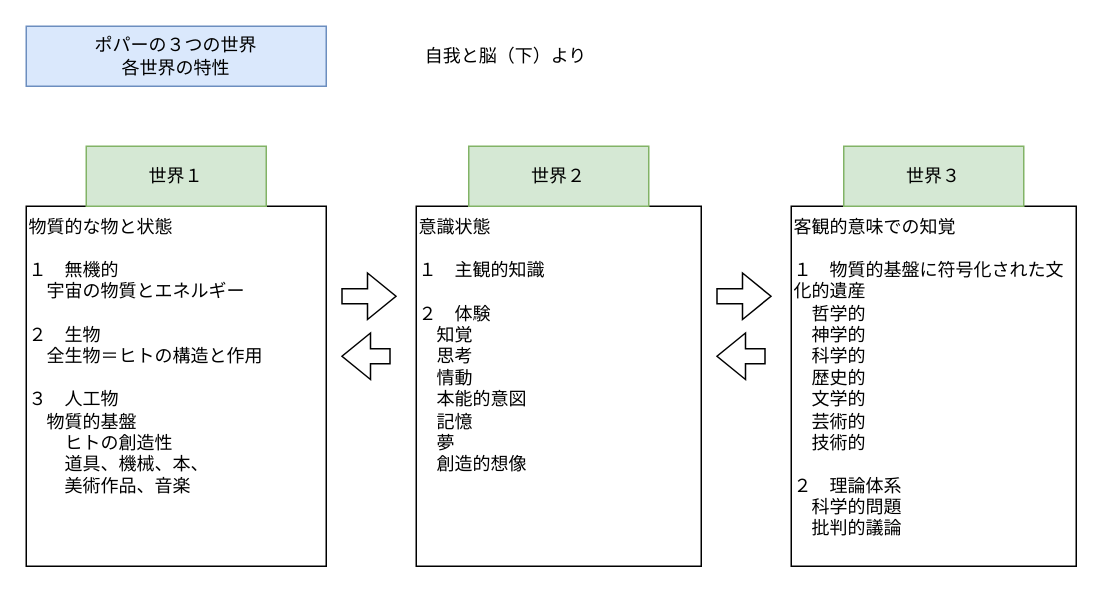
The draw.io diagram qiita_3world_1.drawio in YossyIto/booklog_drowio, before the edit. Source tidied: cells renumbered, new cells numbered last; positions are measured from the earlier drawing's top-left corner, leaving out a move shared by most shapes. Both pictures are drawn from the tidied source at 150%, with x=0, y=0 at pixel (26, 26).
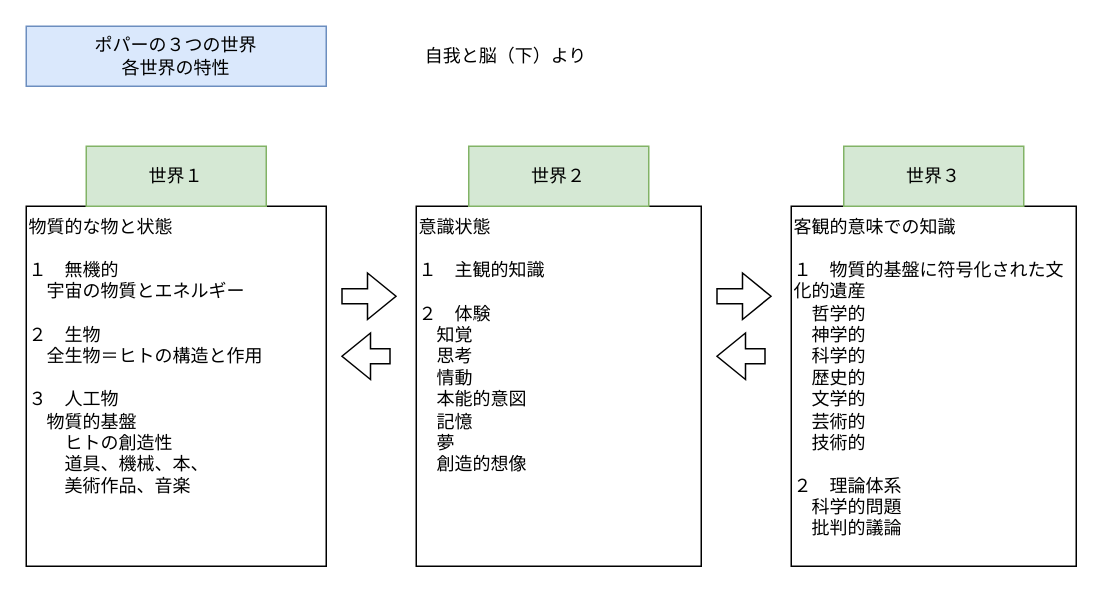
The same diagram, later.

Commit message (it also covers changes not shown here):
qiita_3world_1.drawio を更新します

The edit, as a diff of the source:
```diff
@@
 <mxGraphModel>
   <root>
     <mxCell id="0" />
     <mxCell id="1" parent="0" />
     <mxCell id="2" value="ポパーの３つの世界&lt;div&gt;各世界の特性&lt;/div&gt;" style="text;html=1;align=center;verticalAlign=middle;whiteSpace=wrap;rounded=0;fillColor=#dae8fc;strokeColor=#6c8ebf;" parent="1" vertex="1">
       <mxGeometry width="200" height="40" as="geometry" />
     </mxCell>
     <mxCell id="3" value="物質的な物と状態&lt;div&gt;&lt;br&gt;&lt;/div&gt;&lt;div&gt;１　無機的&lt;/div&gt;&lt;div&gt;　宇宙の物質とエネルギー&lt;/div&gt;&lt;div&gt;&lt;br&gt;&lt;/div&gt;&lt;div&gt;２　生物&lt;/div&gt;&lt;div&gt;　全生物＝ヒトの構造と作用&lt;/div&gt;&lt;div&gt;&lt;br&gt;&lt;/div&gt;&lt;div&gt;３　人工物&lt;/div&gt;&lt;div&gt;　物質的基盤&lt;/div&gt;&lt;div&gt;　　ヒトの創造性&lt;/div&gt;&lt;div&gt;　　道具、機械、本、&lt;/div&gt;&lt;div&gt;　　美術作品、音楽&lt;/div&gt;&lt;div&gt;&lt;br&gt;&lt;/div&gt;&lt;div style=&quot;&quot;&gt;&lt;br&gt;&lt;/div&gt;" style="rounded=0;whiteSpace=wrap;html=1;align=left;labelPosition=center;verticalLabelPosition=middle;verticalAlign=top;" parent="1" vertex="1">
       <mxGeometry y="120" width="200" height="240" as="geometry" />
     </mxCell>
     <mxCell id="4" value="世界１" style="text;html=1;align=center;verticalAlign=middle;whiteSpace=wrap;rounded=0;fillColor=#d5e8d4;strokeColor=#82b366;" parent="1" vertex="1">
       <mxGeometry x="40" y="80" width="120" height="40" as="geometry" />
     </mxCell>
     <mxCell id="5" value="&lt;div style=&quot;&quot;&gt;意識状態&lt;/div&gt;&lt;div style=&quot;&quot;&gt;&lt;br&gt;&lt;/div&gt;&lt;div style=&quot;&quot;&gt;１　主観的知識&lt;/div&gt;&lt;div style=&quot;&quot;&gt;&lt;br&gt;&lt;/div&gt;&lt;div style=&quot;&quot;&gt;２　体験&lt;/div&gt;&lt;div style=&quot;&quot;&gt;　知覚&lt;/div&gt;&lt;div style=&quot;&quot;&gt;　思考&lt;/div&gt;&lt;div style=&quot;&quot;&gt;　情動&lt;/div&gt;&lt;div style=&quot;&quot;&gt;　本能的意図&lt;/div&gt;&lt;div style=&quot;&quot;&gt;　記憶&lt;/div&gt;&lt;div style=&quot;&quot;&gt;　夢&lt;/div&gt;&lt;div style=&quot;&quot;&gt;　創造的想像&lt;/div&gt;" style="rounded=0;whiteSpace=wrap;html=1;align=left;verticalAlign=top;" parent="1" vertex="1">
       <mxGeometry x="260" y="120" width="190" height="240" as="geometry" />
     </mxCell>
     <mxCell id="6" value="世界２" style="text;html=1;align=center;verticalAlign=middle;whiteSpace=wrap;rounded=0;fillColor=#d5e8d4;strokeColor=#82b366;" parent="1" vertex="1">
       <mxGeometry x="295" y="80" width="120" height="40" as="geometry" />
     </mxCell>
     <mxCell id="7" style="shape=flexArrow;endArrow=classic;html=1;rounded=0;" parent="1" edge="1">
       <mxGeometry relative="1" as="geometry">
         <mxPoint x="210" y="180" as="sourcePoint" />
         <mxPoint x="247" y="180" as="targetPoint" />
       </mxGeometry>
     </mxCell>
     <mxCell id="8" style="shape=flexArrow;endArrow=classic;html=1;rounded=0;" parent="1" edge="1">
       <mxGeometry relative="1" as="geometry">
         <mxPoint x="243" y="220" as="sourcePoint" />
         <mxPoint x="210" y="220" as="targetPoint" />
       </mxGeometry>
     </mxCell>
-    <mxCell id="9" value="客観的意味での知覚&lt;div&gt;&lt;br&gt;&lt;/div&gt;&lt;div&gt;１　物質的基盤に符号化された文化的遺産&lt;/div&gt;&lt;div&gt;　哲学的&lt;/div&gt;&lt;div&gt;　神学的&lt;/div&gt;&lt;div&gt;　科学的&lt;/div&gt;&lt;div&gt;　歴史的&lt;/div&gt;&lt;div&gt;　文学的&lt;/div&gt;&lt;div&gt;　芸術的&lt;/div&gt;&lt;div&gt;　技術的&lt;/div&gt;&lt;div&gt;&lt;br&gt;&lt;/div&gt;&lt;div&gt;２　理論体系&lt;/div&gt;&lt;div&gt;　科学的問題&lt;/div&gt;&lt;div&gt;　批判的議論&lt;/div&gt;&lt;div&gt;&lt;br&gt;&lt;div style=&quot;&quot;&gt;&lt;br&gt;&lt;/div&gt;&lt;/div&gt;" style="rounded=0;whiteSpace=wrap;html=1;align=left;verticalAlign=top;" parent="1" vertex="1">
+    <mxCell id="9" value="客観的意味での知識&lt;div&gt;&lt;br&gt;&lt;/div&gt;&lt;div&gt;１　物質的基盤に符号化された文化的遺産&lt;/div&gt;&lt;div&gt;　哲学的&lt;/div&gt;&lt;div&gt;　神学的&lt;/div&gt;&lt;div&gt;　科学的&lt;/div&gt;&lt;div&gt;　歴史的&lt;/div&gt;&lt;div&gt;　文学的&lt;/div&gt;&lt;div&gt;　芸術的&lt;/div&gt;&lt;div&gt;　技術的&lt;/div&gt;&lt;div&gt;&lt;br&gt;&lt;/div&gt;&lt;div&gt;２　理論体系&lt;/div&gt;&lt;div&gt;　科学的問題&lt;/div&gt;&lt;div&gt;　批判的議論&lt;/div&gt;&lt;div&gt;&lt;br&gt;&lt;div style=&quot;&quot;&gt;&lt;br&gt;&lt;/div&gt;&lt;/div&gt;" style="rounded=0;whiteSpace=wrap;html=1;align=left;verticalAlign=top;" parent="1" vertex="1">
       <mxGeometry x="510" y="120" width="190" height="240" as="geometry" />
     </mxCell>
     <mxCell id="10" value="世界３" style="text;html=1;align=center;verticalAlign=middle;whiteSpace=wrap;rounded=0;fillColor=#d5e8d4;strokeColor=#82b366;" parent="1" vertex="1">
       <mxGeometry x="545" y="80" width="120" height="40" as="geometry" />
     </mxCell>
     <mxCell id="11" style="shape=flexArrow;endArrow=classic;html=1;rounded=0;" parent="1" edge="1">
       <mxGeometry relative="1" as="geometry">
         <mxPoint x="460" y="180" as="sourcePoint" />
         <mxPoint x="497" y="180" as="targetPoint" />
       </mxGeometry>
     </mxCell>
     <mxCell id="12" style="shape=flexArrow;endArrow=classic;html=1;rounded=0;" parent="1" edge="1">
       <mxGeometry relative="1" as="geometry">
         <mxPoint x="493" y="220" as="sourcePoint" />
         <mxPoint x="460" y="220" as="targetPoint" />
       </mxGeometry>
     </mxCell>
     <mxCell id="13" value="自我と脳（下）より" style="text;html=1;align=center;verticalAlign=middle;whiteSpace=wrap;rounded=0;" parent="1" vertex="1">
       <mxGeometry x="240" width="160" height="40" as="geometry" />
     </mxCell>
   </root>
 </mxGraphModel>
```
